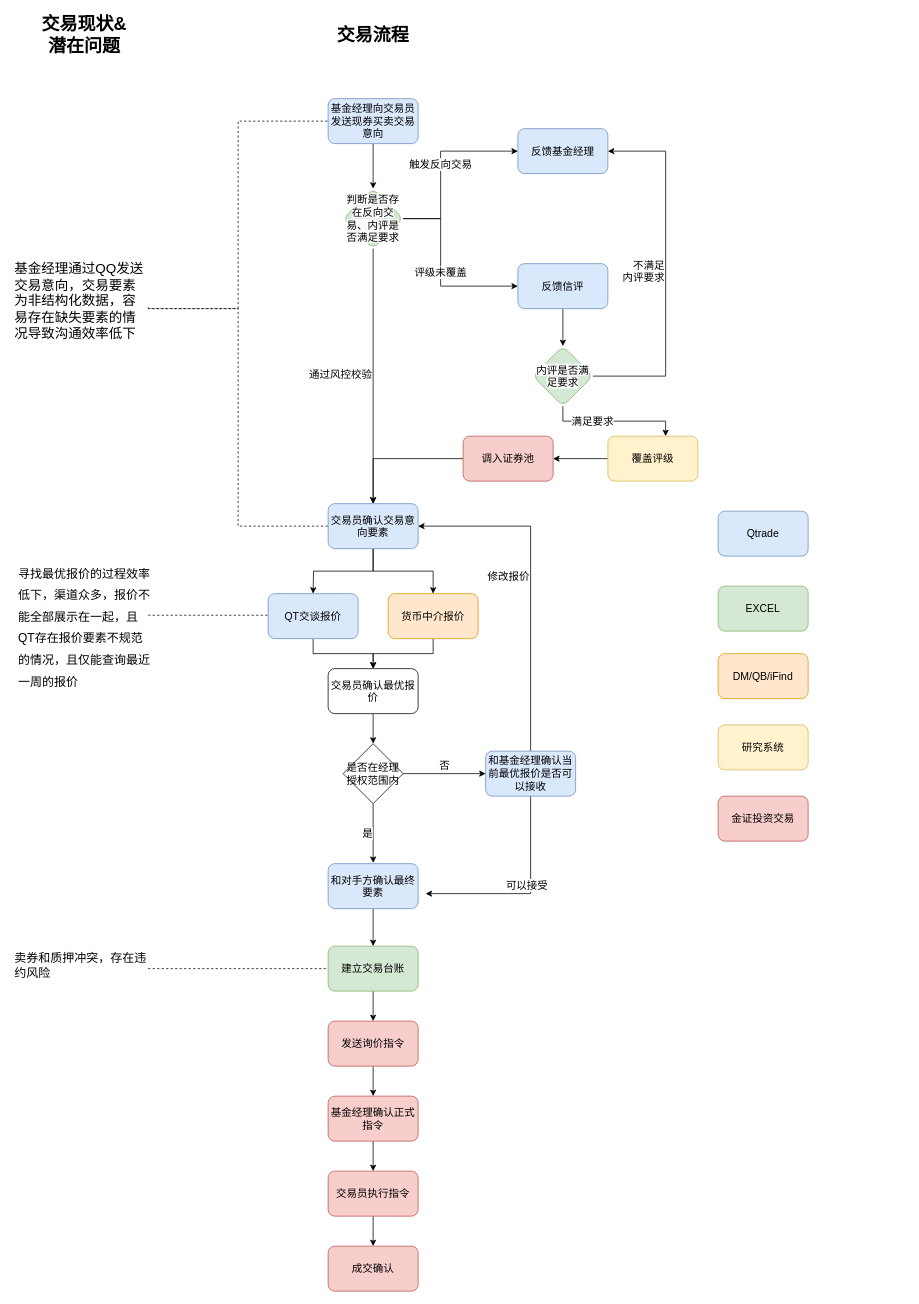
The draw.io diagram 现券交易流程图.drawio in steven-turing/draw, before the edit. Source tidied: cells renumbered, new cells numbered last; positions are measured from the earlier drawing's top-left corner, leaving out a move shared by most shapes. Both pictures are drawn from the tidied source at 75%, with x=0, y=0 at pixel (13, 23).
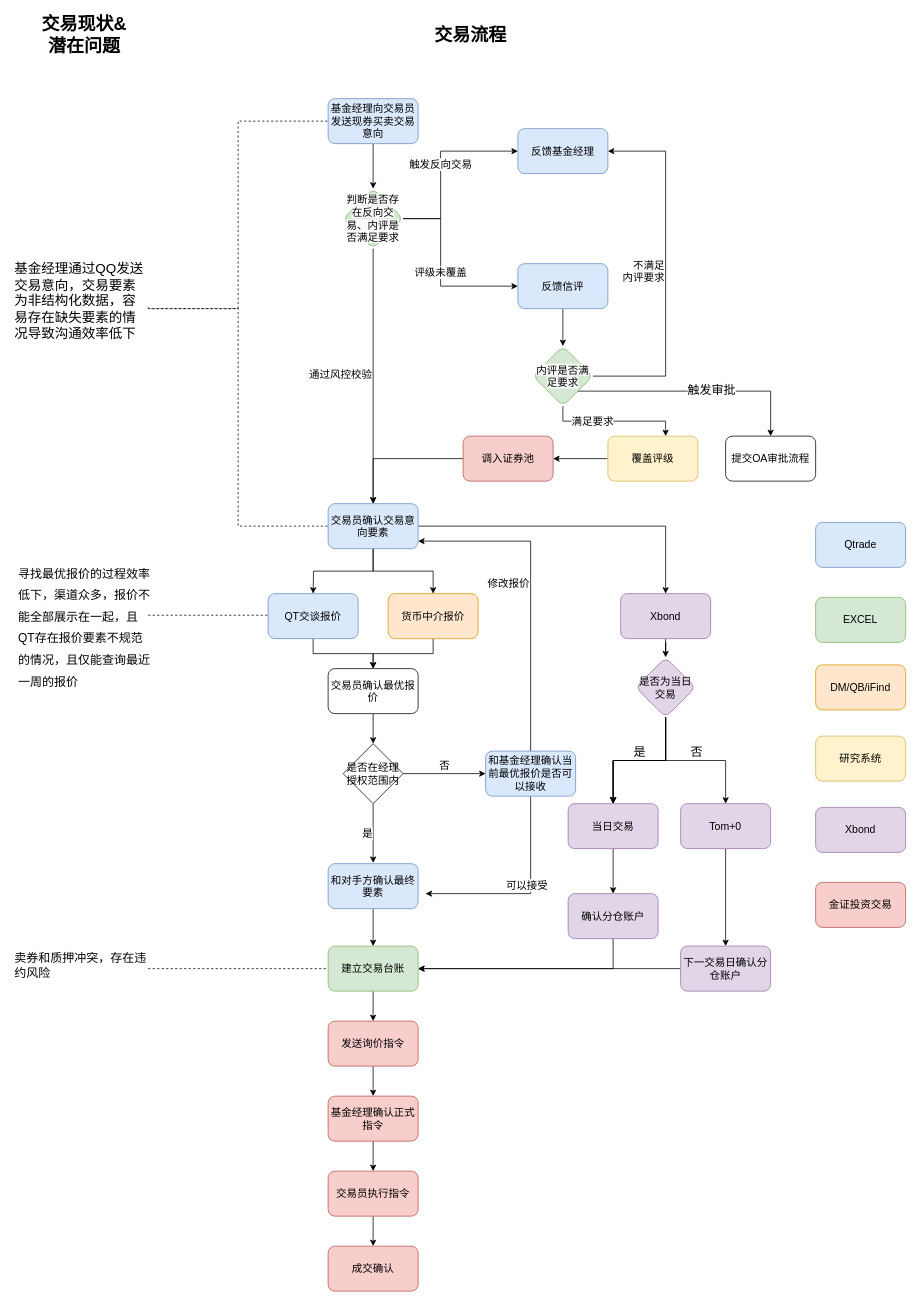
The same page after the edit.

Commit message:
更新现券交易流程图.drawio

Unchanged cells that the change refers to:
```xml
<mxCell id="7" value="交易员确认交易意向要素" style="rounded=1;whiteSpace=wrap;html=1;fillColor=#dae8fc;strokeColor=#6c8ebf;fontSize=14;" parent="1" vertex="1">
  <mxGeometry x="420" y="640" width="120" height="60" as="geometry" />
</mxCell>
<mxCell id="20" value="和基金经理确认当前最优报价是否可以接收" style="rounded=1;whiteSpace=wrap;html=1;fillColor=#dae8fc;strokeColor=#6c8ebf;fontSize=14;" parent="1" vertex="1">
  <mxGeometry x="630" y="970" width="120" height="60" as="geometry" />
</mxCell>
<mxCell id="22" value="建立交易台账" style="rounded=1;whiteSpace=wrap;html=1;fillColor=#d5e8d4;strokeColor=#82b366;fontSize=14;" parent="1" vertex="1">
  <mxGeometry x="420" y="1230" width="120" height="60" as="geometry" />
</mxCell>
<mxCell id="49" value="&lt;br&gt;&lt;span style=&quot;color: rgb(0, 0, 0); font-family: Helvetica; font-style: normal; font-variant-ligatures: normal; font-variant-caps: normal; font-weight: 400; letter-spacing: normal; orphans: 2; text-align: center; text-indent: 0px; text-transform: none; widows: 2; word-spacing: 0px; -webkit-text-stroke-width: 0px; white-space: normal; background-color: rgb(251, 251, 251); text-decoration-thickness: initial; text-decoration-style: initial; text-decoration-color: initial; float: none; display: inline !important;&quot;&gt;内评是否&lt;/span&gt;&lt;span style=&quot;background-color: light-dark(rgb(251, 251, 251), rgb(21, 21, 21)); color: light-dark(rgb(0, 0, 0), rgb(237, 237, 237));&quot;&gt;满足要求&lt;/span&gt;&lt;div&gt;&lt;br&gt;&lt;/div&gt;" style="rhombus;whiteSpace=wrap;html=1;fillColor=#d5e8d4;strokeColor=#82b366;rounded=1;textShadow=0;fontSize=14;" parent="1" vertex="1">
  <mxGeometry x="693" y="430" width="80" height="80" as="geometry" />
</mxCell>
```

Diff of the diagram source:
```diff
@@
+    <mxCell id="59" style="edgeStyle=orthogonalEdgeStyle;rounded=0;jettySize=auto;html=1;exitX=1;exitY=0.5;exitDx=0;exitDy=0;entryX=0.5;entryY=0;entryDx=0;entryDy=0;" parent="1" edge="1" source="7" target="62">
+      <mxGeometry relative="1" as="geometry" />
+    </mxCell>
@@
-    <mxCell id="19" value="修改报价&lt;div&gt;&lt;br&gt;&lt;/div&gt;" style="edgeStyle=orthogonalEdgeStyle;rounded=0;jettySize=auto;html=1;exitX=0.5;exitY=0;exitDx=0;exitDy=0;entryX=1;entryY=0.5;entryDx=0;entryDy=0;align=right;fontSize=14;verticalAlign=middle;" parent="1" edge="1" source="20" target="7">
-      <mxGeometry relative="1" as="geometry" />
+    <mxCell id="19" value="修改报价&lt;div&gt;&lt;br&gt;&lt;/div&gt;" style="edgeStyle=orthogonalEdgeStyle;rounded=0;jettySize=auto;html=1;exitX=0.5;exitY=0;exitDx=0;exitDy=0;align=right;fontSize=14;verticalAlign=middle;" parent="1" edge="1" source="20" target="7">
+      <mxGeometry relative="1" as="geometry">
+        <Array as="points">
+          <mxPoint x="690" y="690" />
+        </Array>
+      </mxGeometry>
     </mxCell>
@@
     <mxCell id="30" value="EXCEL" style="rounded=1;whiteSpace=wrap;html=1;fillColor=#d5e8d4;strokeColor=#82b366;fontSize=14;" parent="1" vertex="1">
-      <mxGeometry x="940" y="750" width="120" height="60" as="geometry" />
+      <mxGeometry x="1070" y="765" width="120" height="60" as="geometry" />
     </mxCell>
     <mxCell id="31" value="金证投资交易" style="rounded=1;whiteSpace=wrap;html=1;fillColor=#f8cecc;strokeColor=#b85450;fontSize=14;" parent="1" vertex="1">
-      <mxGeometry x="940" y="1030" width="120" height="60" as="geometry" />
+      <mxGeometry x="1070" y="1145" width="120" height="60" as="geometry" />
     </mxCell>
     <mxCell id="32" value="Qtrade" style="rounded=1;whiteSpace=wrap;html=1;fillColor=#dae8fc;strokeColor=#6c8ebf;fontSize=14;" parent="1" vertex="1">
-      <mxGeometry x="940" y="650" width="120" height="60" as="geometry" />
+      <mxGeometry x="1070" y="665" width="120" height="60" as="geometry" />
     </mxCell>
     <mxCell id="33" value="DM/QB/iFind" style="rounded=1;whiteSpace=wrap;html=1;fillColor=#ffe6cc;strokeColor=#d79b00;fontSize=14;" parent="1" vertex="1">
-      <mxGeometry x="940" y="840" width="120" height="60" as="geometry" />
+      <mxGeometry x="1070" y="855" width="120" height="60" as="geometry" />
     </mxCell>
@@
     <mxCell id="41" value="交易流程" style="text;html=1;align=center;verticalAlign=middle;whiteSpace=wrap;rounded=0;fontSize=24;fontStyle=1;" parent="1" vertex="1">
-      <mxGeometry x="430" width="100" height="30" as="geometry" />
+      <mxGeometry x="560" width="100" height="30" as="geometry" />
     </mxCell>
@@
+    <mxCell id="60" value="触发审批" style="edgeStyle=orthogonalEdgeStyle;rounded=0;jettySize=auto;html=1;exitX=1;exitY=1;exitDx=0;exitDy=0;entryX=0.5;entryY=0;entryDx=0;entryDy=0;fontSize=16;verticalAlign=bottom;" parent="1" edge="1" source="49" target="78">
+      <mxGeometry x="0.12" y="-10" relative="1" as="geometry" />
+    </mxCell>
@@
     <mxCell id="56" value="研究系统" style="whiteSpace=wrap;html=1;fontSize=14;fillColor=#fff2cc;strokeColor=#d6b656;rounded=1;" parent="1" vertex="1">
-      <mxGeometry x="940" y="935" width="120" height="60" as="geometry" />
+      <mxGeometry x="1070" y="950" width="120" height="60" as="geometry" />
     </mxCell>
@@
+    <mxCell id="61" style="edgeStyle=orthogonalEdgeStyle;rounded=0;jettySize=auto;html=1;" parent="1" edge="1" source="62" target="69">
+      <mxGeometry relative="1" as="geometry" />
+    </mxCell>
+    <mxCell id="62" value="Xbond" style="rounded=1;whiteSpace=wrap;html=1;fillColor=#e1d5e7;strokeColor=#9673a6;fontSize=14;" parent="1" vertex="1">
+      <mxGeometry x="810" y="760" width="120" height="60" as="geometry" />
+    </mxCell>
+    <mxCell id="63" value="Xbond" style="rounded=1;whiteSpace=wrap;html=1;fillColor=#e1d5e7;strokeColor=#9673a6;fontSize=14;" parent="1" vertex="1">
+      <mxGeometry x="1070" y="1045" width="120" height="60" as="geometry" />
+    </mxCell>
+    <mxCell id="64" style="edgeStyle=orthogonalEdgeStyle;rounded=0;jettySize=auto;html=1;" parent="1" edge="1" source="69" target="71">
+      <mxGeometry relative="1" as="geometry" />
+    </mxCell>
+    <mxCell id="65" style="edgeStyle=orthogonalEdgeStyle;rounded=0;jettySize=auto;html=1;" parent="1" edge="1" source="69" target="71">
+      <mxGeometry relative="1" as="geometry" />
+    </mxCell>
+    <mxCell id="66" style="edgeStyle=orthogonalEdgeStyle;rounded=0;jettySize=auto;html=1;" parent="1" edge="1" source="69" target="71">
+      <mxGeometry relative="1" as="geometry" />
+    </mxCell>
+    <mxCell id="67" value="是" style="edgeStyle=orthogonalEdgeStyle;rounded=0;jettySize=auto;html=1;fontSize=16;verticalAlign=bottom;" parent="1" edge="1" source="69" target="71">
+      <mxGeometry relative="1" as="geometry" />
+    </mxCell>
+    <mxCell id="68" value="否" style="edgeStyle=orthogonalEdgeStyle;rounded=0;jettySize=auto;html=1;exitX=0.5;exitY=1;exitDx=0;exitDy=0;fontSize=16;verticalAlign=bottom;" parent="1" edge="1" source="69" target="73">
+      <mxGeometry relative="1" as="geometry" />
+    </mxCell>
+    <mxCell id="69" value="是否为当日交易" style="rhombus;whiteSpace=wrap;html=1;fontSize=14;fillColor=#e1d5e7;strokeColor=#9673a6;rounded=1;" parent="1" vertex="1">
+      <mxGeometry x="830" y="845" width="80" height="80" as="geometry" />
+    </mxCell>
+    <mxCell id="70" style="edgeStyle=orthogonalEdgeStyle;rounded=0;jettySize=auto;html=1;" parent="1" edge="1" source="71" target="75">
+      <mxGeometry relative="1" as="geometry" />
+    </mxCell>
+    <mxCell id="71" value="当日交易" style="whiteSpace=wrap;html=1;fontSize=14;fillColor=#e1d5e7;strokeColor=#9673a6;rounded=1;" parent="1" vertex="1">
+      <mxGeometry x="740" y="1040" width="120" height="60" as="geometry" />
+    </mxCell>
+    <mxCell id="72" style="edgeStyle=orthogonalEdgeStyle;rounded=0;jettySize=auto;html=1;" parent="1" edge="1" source="73" target="77">
+      <mxGeometry relative="1" as="geometry" />
+    </mxCell>
+    <mxCell id="73" value="Tom+0" style="whiteSpace=wrap;html=1;fontSize=14;fillColor=#e1d5e7;strokeColor=#9673a6;rounded=1;" parent="1" vertex="1">
+      <mxGeometry x="890" y="1040" width="120" height="60" as="geometry" />
+    </mxCell>
+    <mxCell id="74" style="edgeStyle=orthogonalEdgeStyle;rounded=0;jettySize=auto;html=1;exitX=0.5;exitY=1;exitDx=0;exitDy=0;entryX=1;entryY=0.5;entryDx=0;entryDy=0;" parent="1" edge="1" source="75" target="22">
+      <mxGeometry relative="1" as="geometry" />
+    </mxCell>
+    <mxCell id="75" value="确认分仓账户" style="whiteSpace=wrap;html=1;fontSize=14;fillColor=#e1d5e7;strokeColor=#9673a6;rounded=1;" parent="1" vertex="1">
+      <mxGeometry x="740" y="1160" width="120" height="60" as="geometry" />
+    </mxCell>
+    <mxCell id="76" style="edgeStyle=orthogonalEdgeStyle;rounded=0;jettySize=auto;html=1;exitX=0;exitY=0.5;exitDx=0;exitDy=0;entryX=1;entryY=0.5;entryDx=0;entryDy=0;" parent="1" edge="1" source="77" target="22">
+      <mxGeometry relative="1" as="geometry" />
+    </mxCell>
+    <mxCell id="77" value="下一交易日确认分仓账户" style="whiteSpace=wrap;html=1;fontSize=14;fillColor=#e1d5e7;strokeColor=#9673a6;rounded=1;" parent="1" vertex="1">
+      <mxGeometry x="890" y="1230" width="120" height="60" as="geometry" />
+    </mxCell>
+    <mxCell id="78" value="提交OA审批流程" style="rounded=1;whiteSpace=wrap;html=1;fontSize=14;" parent="1" vertex="1">
+      <mxGeometry x="950" y="550" width="120" height="60" as="geometry" />
+    </mxCell>
```
